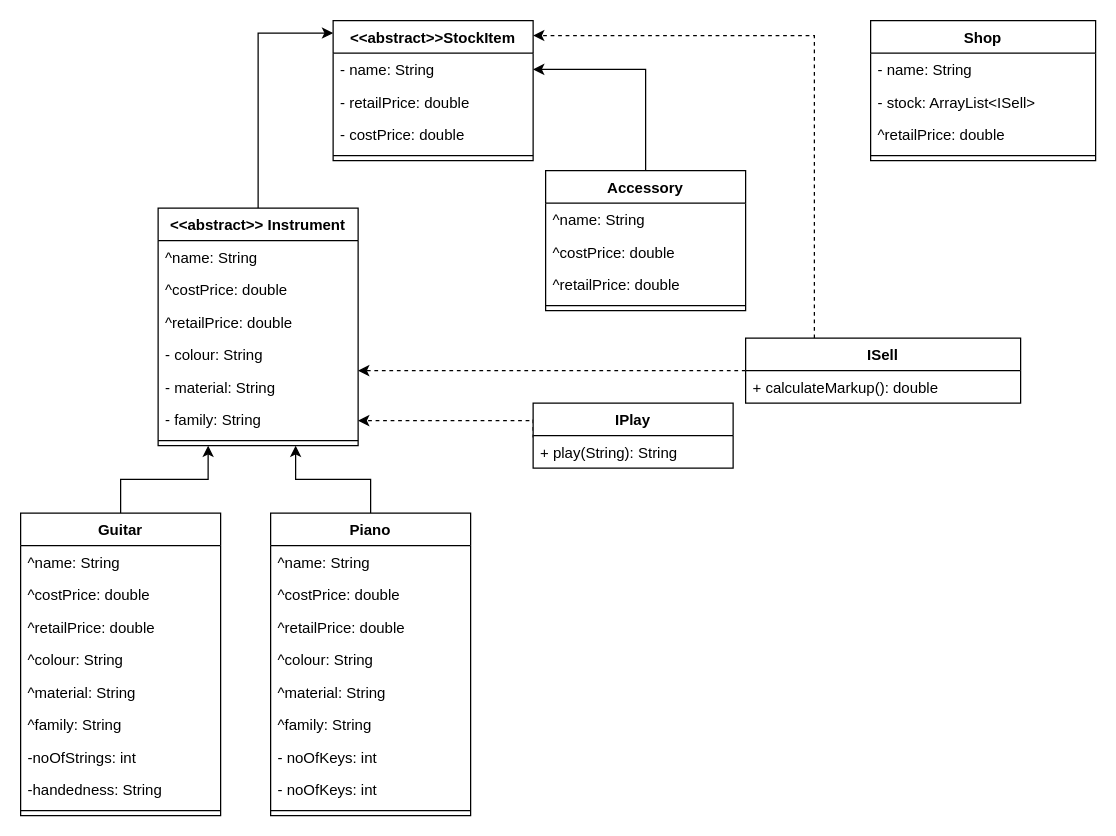
randomlyalex-codeclan/music_shop_app keeps this draw.io diagram as Music_Shop_App.drawio. Above is the earlier version. Source tidied: cells renumbered, new cells numbered last; positions are measured from the earlier drawing's top-left corner, leaving out a move shared by most shapes. Both pictures are drawn from the tidied source at 125%, with x=0, y=0 at pixel (20, 20).
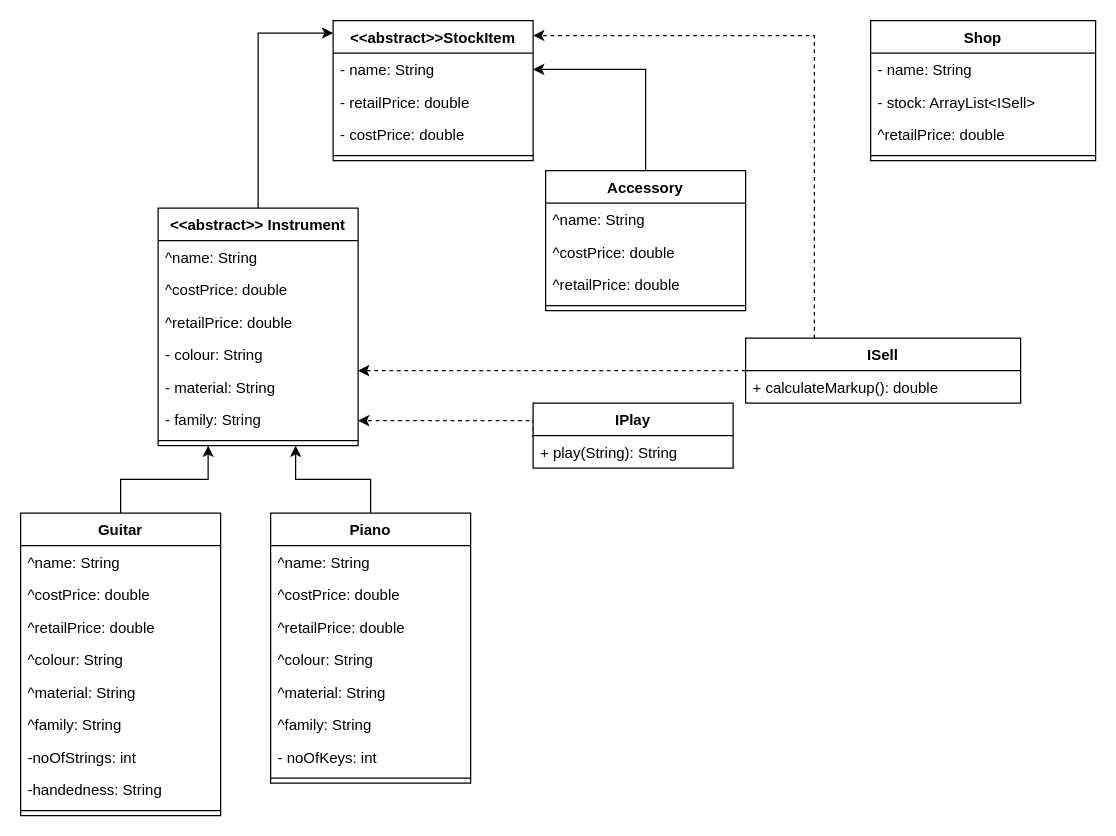
Above is the later version.

The edit, as a diff of the source:
```diff
@@
     <mxCell id="28" value="Piano" style="swimlane;fontStyle=1;align=center;verticalAlign=top;horizontal=1;startSize=26;labelBackgroundColor=none;swimlaneFillColor=#ffffff;" parent="1" vertex="1">
-      <mxGeometry x="200" y="394" width="160" height="242" as="geometry" />
+      <mxGeometry x="200" y="394" width="160" height="216" as="geometry" />
     </mxCell>
@@
-    <mxCell id="36" value="- noOfKeys: int" style="text;strokeColor=none;fillColor=none;align=left;verticalAlign=top;spacingLeft=4;spacingRight=4;overflow=hidden;labelBackgroundColor=none;" parent="28" vertex="1">
-      <mxGeometry y="208" width="160" height="26" as="geometry" />
-    </mxCell>
     <mxCell id="37" style="line;strokeWidth=1;fillColor=none;align=left;verticalAlign=middle;spacingTop=-1;spacingLeft=3;spacingRight=3;labelPosition=right;labelBackgroundColor=none;" parent="28" vertex="1">
-      <mxGeometry y="234" width="160" height="8" as="geometry" />
+      <mxGeometry y="208" width="160" height="8" as="geometry" />
     </mxCell>
```
